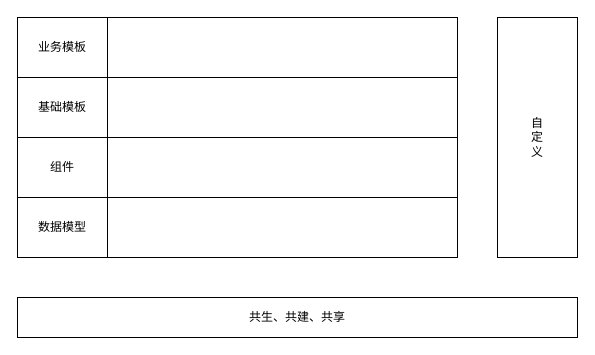
Above: 低——研究内容——生态市场.drawio in tangyaosimida/love (draw.io), before the change. Source tidied: cells renumbered, new cells numbered last; positions are measured from the earlier drawing's top-left corner, leaving out a move shared by most shapes. Both pictures are drawn from the tidied source at 100%, with x=0, y=0 at pixel (17, 17).
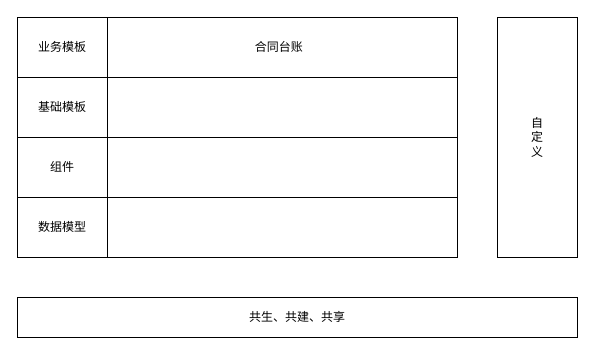
The same page after the edit.

Commit message (it also covers changes not shown here):
更新低——研究内容——生态市场.drawio

Change to the diagram source:
```diff
@@
 <mxGraphModel>
   <root>
     <mxCell id="0" />
     <mxCell id="1" parent="0" />
     <mxCell id="2" style="rounded=0;whiteSpace=wrap;html=1;" parent="1" vertex="1">
       <mxGeometry x="90" y="180" width="350" height="60" as="geometry" />
     </mxCell>
     <mxCell id="3" style="rounded=0;whiteSpace=wrap;html=1;" parent="1" vertex="1">
       <mxGeometry x="90" y="120" width="350" height="60" as="geometry" />
     </mxCell>
     <mxCell id="4" style="rounded=0;whiteSpace=wrap;html=1;" parent="1" vertex="1">
       <mxGeometry x="90" y="60" width="350" height="60" as="geometry" />
     </mxCell>
-    <mxCell id="5" style="rounded=0;whiteSpace=wrap;html=1;" parent="1" vertex="1">
+    <mxCell id="5" value="合同台账&amp;nbsp;&amp;nbsp;" style="rounded=0;whiteSpace=wrap;html=1;" parent="1" vertex="1">
       <mxGeometry x="90" width="350" height="60" as="geometry" />
     </mxCell>
     <mxCell id="6" value="自&lt;div&gt;定&lt;/div&gt;&lt;div&gt;义&lt;/div&gt;" style="rounded=0;whiteSpace=wrap;html=1;" parent="1" vertex="1">
       <mxGeometry x="480" width="80" height="240" as="geometry" />
     </mxCell>
     <mxCell id="7" value="共生、共建、共享" style="rounded=0;whiteSpace=wrap;html=1;" parent="1" vertex="1">
       <mxGeometry y="280" width="560" height="40" as="geometry" />
     </mxCell>
     <mxCell id="8" value="业务模板" style="rounded=0;whiteSpace=wrap;html=1;" parent="1" vertex="1">
       <mxGeometry width="90" height="60" as="geometry" />
     </mxCell>
     <mxCell id="9" value="基础模板" style="rounded=0;whiteSpace=wrap;html=1;" parent="1" vertex="1">
       <mxGeometry y="60" width="90" height="60" as="geometry" />
     </mxCell>
     <mxCell id="10" value="组件" style="rounded=0;whiteSpace=wrap;html=1;" parent="1" vertex="1">
       <mxGeometry y="120" width="90" height="60" as="geometry" />
     </mxCell>
     <mxCell id="11" value="数据模型" style="rounded=0;whiteSpace=wrap;html=1;" parent="1" vertex="1">
       <mxGeometry y="180" width="90" height="60" as="geometry" />
     </mxCell>
   </root>
 </mxGraphModel>
```
